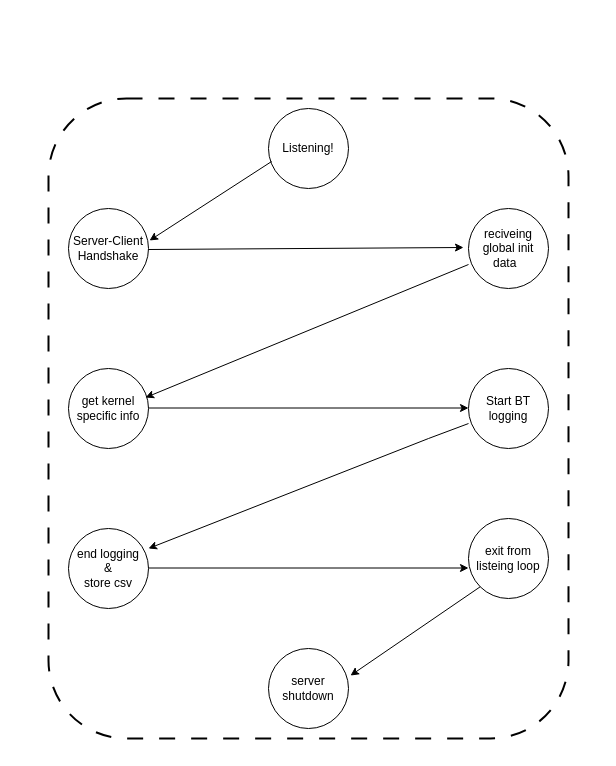
The draw.io diagram MTP_1/MTP_1_ARM_SETUP.drawio in ShikharJain97/MTP, before the edit. Source tidied: cells renumbered, new cells numbered last; positions are measured from the earlier drawing's top-left corner, leaving out a move shared by most shapes. Both pictures are drawn from the tidied source at 100%, with x=0, y=0 at pixel (48, 98).
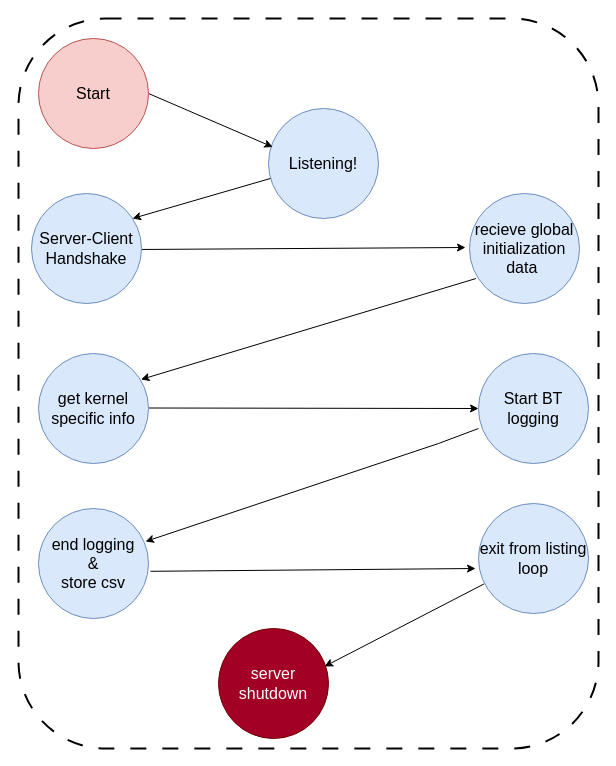
The same diagram, later.

What changed in the source:
```diff
@@
-    <mxCell id="2" value="Listening!" style="ellipse;whiteSpace=wrap;html=1;" parent="1" vertex="1">
-      <mxGeometry x="220" y="10" width="80" height="80" as="geometry" />
+    <mxCell id="2" value="&lt;font style=&quot;font-size: 16px;&quot;&gt;Listening!&lt;/font&gt;" style="ellipse;whiteSpace=wrap;html=1;fillColor=#dae8fc;strokeColor=#6c8ebf;" parent="1" vertex="1">
+      <mxGeometry x="220" y="10" width="110" height="110" as="geometry" />
     </mxCell>
-    <mxCell id="3" value="Server-Client Handshake" style="ellipse;whiteSpace=wrap;html=1;" parent="1" vertex="1">
-      <mxGeometry x="20" y="110" width="80" height="80" as="geometry" />
-    </mxCell>
-    <mxCell id="4" value="reciveing global init data&amp;nbsp;&amp;nbsp;" style="ellipse;whiteSpace=wrap;html=1;" parent="1" vertex="1">
-      <mxGeometry x="420" y="110" width="80" height="80" as="geometry" />
-    </mxCell>
-    <mxCell id="5" value="get kernel specific info" style="ellipse;whiteSpace=wrap;html=1;" parent="1" vertex="1">
-      <mxGeometry x="20" y="270" width="80" height="80" as="geometry" />
-    </mxCell>
-    <mxCell id="6" value="Start BT logging" style="ellipse;whiteSpace=wrap;html=1;" parent="1" vertex="1">
-      <mxGeometry x="420" y="270" width="80" height="80" as="geometry" />
-    </mxCell>
-    <mxCell id="7" value="end logging&lt;br&gt;&amp;amp;&lt;br&gt;store csv" style="ellipse;whiteSpace=wrap;html=1;" parent="1" vertex="1">
-      <mxGeometry x="20" y="430" width="80" height="80" as="geometry" />
-    </mxCell>
-    <mxCell id="8" value="exit from listeing loop" style="ellipse;whiteSpace=wrap;html=1;" parent="1" vertex="1">
-      <mxGeometry x="420" y="420" width="80" height="80" as="geometry" />
-    </mxCell>
-    <mxCell id="9" value="server shutdown" style="ellipse;whiteSpace=wrap;html=1;" parent="1" vertex="1">
-      <mxGeometry x="220" y="550" width="80" height="80" as="geometry" />
-    </mxCell>
-    <mxCell id="10" style="endArrow=classic;html=1;rounded=0;entryX=1.013;entryY=0.4;entryDx=0;entryDy=0;entryPerimeter=0;exitX=0.038;exitY=0.663;exitDx=0;exitDy=0;exitPerimeter=0;" parent="1" edge="1" source="2" target="3">
+    <mxCell id="10" style="endArrow=classic;html=1;rounded=0;entryX=0.038;entryY=0.35;entryDx=0;entryDy=0;entryPerimeter=0;exitX=1;exitY=0.5;exitDx=0;exitDy=0;" parent="1" edge="1" source="18" target="2">
       <mxGeometry relative="1" as="geometry" />
     </mxCell>
-    <mxCell id="11" style="endArrow=classic;html=1;rounded=0;exitX=1.025;exitY=0.65;exitDx=0;exitDy=0;exitPerimeter=0;entryX=-0.037;entryY=0.625;entryDx=0;entryDy=0;entryPerimeter=0;" parent="1" edge="1">
+    <mxCell id="11" style="endArrow=classic;html=1;rounded=0;exitX=0.973;exitY=0.509;exitDx=0;exitDy=0;exitPerimeter=0;entryX=-0.037;entryY=0.625;entryDx=0;entryDy=0;entryPerimeter=0;" parent="1" edge="1" source="3">
       <mxGeometry relative="1" as="geometry">
-        <mxPoint x="100" y="151" as="sourcePoint" />
-        <mxPoint x="415" y="149" as="targetPoint" />
+        <mxPoint x="417" y="149" as="targetPoint" />
       </mxGeometry>
     </mxCell>
-    <mxCell id="12" style="endArrow=classic;html=1;rounded=0;exitX=0;exitY=0.7;exitDx=0;exitDy=0;exitPerimeter=0;entryX=0.963;entryY=0.363;entryDx=0;entryDy=0;entryPerimeter=0;" parent="1" edge="1" source="4" target="5">
-      <mxGeometry relative="1" as="geometry" />
+    <mxCell id="12" style="endArrow=classic;html=1;rounded=0;exitX=0;exitY=0.7;exitDx=0;exitDy=0;exitPerimeter=0;entryX=0.982;entryY=0.236;entryDx=0;entryDy=0;entryPerimeter=0;" parent="1" edge="1">
+      <mxGeometry relative="1" as="geometry">
+        <mxPoint x="427.5" y="180" as="sourcePoint" />
+        <mxPoint x="92.5" y="281" as="targetPoint" />
+      </mxGeometry>
     </mxCell>
-    <mxCell id="13" style="endArrow=classic;html=1;rounded=0;entryX=0;entryY=0.75;entryDx=0;entryDy=0;entryPerimeter=0;" parent="1" edge="1">
+    <mxCell id="13" style="endArrow=classic;html=1;rounded=0;entryX=0;entryY=0.5;entryDx=0;entryDy=0;entryPerimeter=0;" parent="1" edge="1" target="6">
       <mxGeometry relative="1" as="geometry">
         <mxPoint x="100" y="309.5" as="sourcePoint" />
-        <mxPoint x="420" y="309.5" as="targetPoint" />
       </mxGeometry>
     </mxCell>
-    <mxCell id="14" style="endArrow=classic;html=1;rounded=0;entryX=1;entryY=0.25;entryDx=0;entryDy=0;exitX=0;exitY=0.688;exitDx=0;exitDy=0;entryPerimeter=0;exitPerimeter=0;" parent="1" edge="1" source="6" target="7">
+    <mxCell id="14" style="endArrow=classic;html=1;rounded=0;entryX=0.963;entryY=0.163;entryDx=0;entryDy=0;exitX=0;exitY=0.688;exitDx=0;exitDy=0;entryPerimeter=0;exitPerimeter=0;" parent="1" edge="1">
       <mxGeometry relative="1" as="geometry">
+        <mxPoint x="430" y="330" as="sourcePoint" />
+        <mxPoint x="97" y="443" as="targetPoint" />
         <Array as="points">
-          <mxPoint x="380" y="340" />
+          <mxPoint x="390" y="345" />
         </Array>
       </mxGeometry>
     </mxCell>
-    <mxCell id="15" style="endArrow=classic;html=1;rounded=0;entryX=0;entryY=0.75;entryDx=0;entryDy=0;entryPerimeter=0;" parent="1" edge="1">
+    <mxCell id="15" style="endArrow=classic;html=1;rounded=0;entryX=-0.027;entryY=0.591;entryDx=0;entryDy=0;entryPerimeter=0;" parent="1" edge="1" target="21">
       <mxGeometry relative="1" as="geometry">
-        <mxPoint x="100" y="469.5" as="sourcePoint" />
-        <mxPoint x="420" y="469.5" as="targetPoint" />
+        <mxPoint x="102" y="472.8" as="sourcePoint" />
       </mxGeometry>
     </mxCell>
+    <mxCell id="17" style="whiteSpace=wrap;html=1;fillColor=none;dashed=1;dashPattern=8 8;rounded=1;strokeWidth=2;fontStyle=0;fontColor=#0000FF;" parent="1" vertex="1">
+      <mxGeometry x="-30" y="-80" width="580" height="730" as="geometry" />
+    </mxCell>
-    <mxCell id="16" style="endArrow=classic;html=1;rounded=0;entryX=1.025;entryY=0.338;entryDx=0;entryDy=0;entryPerimeter=0;exitX=0;exitY=1;exitDx=0;exitDy=0;" parent="1" edge="1" source="8" target="9">
+    <mxCell id="16" style="endArrow=classic;html=1;rounded=0;entryX=0.964;entryY=0.345;entryDx=0;entryDy=0;entryPerimeter=0;" parent="1" edge="1" source="21" target="9">
       <mxGeometry relative="1" as="geometry" />
     </mxCell>
-    <mxCell id="17" style="whiteSpace=wrap;html=1;fillColor=none;dashed=1;dashPattern=8 8;rounded=1;strokeWidth=2;" parent="1" vertex="1">
-      <mxGeometry width="520" height="640" as="geometry" />
-    </mxCell>
+    <mxCell id="18" value="&lt;font style=&quot;font-size: 16px;&quot;&gt;Start&lt;/font&gt;" style="ellipse;whiteSpace=wrap;html=1;fillColor=#f8cecc;strokeColor=#b85450;" parent="1" vertex="1">
+      <mxGeometry x="-10" y="-60" width="110" height="110" as="geometry" />
+    </mxCell>
+    <mxCell id="19" style="endArrow=classic;html=1;rounded=0;entryX=0.927;entryY=0.227;entryDx=0;entryDy=0;entryPerimeter=0;exitX=0.018;exitY=0.636;exitDx=0;exitDy=0;exitPerimeter=0;" parent="1" edge="1" source="2">
+      <mxGeometry relative="1" as="geometry">
+        <mxPoint x="84" y="120" as="targetPoint" />
+      </mxGeometry>
+    </mxCell>
+    <mxCell id="3" value="&lt;font style=&quot;font-size: 16px;&quot;&gt;Server-Client Handshake&lt;/font&gt;" style="ellipse;whiteSpace=wrap;html=1;fillColor=#dae8fc;strokeColor=#6c8ebf;" parent="1" vertex="1">
+      <mxGeometry x="-17" y="95" width="110" height="110" as="geometry" />
+    </mxCell>
+    <mxCell id="20" value="&lt;font style=&quot;font-size: 16px;&quot;&gt;recieve global initialization data&amp;nbsp;&lt;/font&gt;" style="ellipse;whiteSpace=wrap;html=1;fillColor=#dae8fc;strokeColor=#6c8ebf;" parent="1" vertex="1">
+      <mxGeometry x="421" y="95" width="110" height="110" as="geometry" />
+    </mxCell>
+    <mxCell id="5" value="&lt;font style=&quot;font-size: 16px;&quot;&gt;get kernel specific info&lt;/font&gt;" style="ellipse;whiteSpace=wrap;html=1;fillColor=#dae8fc;strokeColor=#6c8ebf;" parent="1" vertex="1">
+      <mxGeometry x="-10" y="255" width="110" height="110" as="geometry" />
+    </mxCell>
+    <mxCell id="6" value="&lt;font style=&quot;font-size: 16px;&quot;&gt;Start BT logging&lt;/font&gt;" style="ellipse;whiteSpace=wrap;html=1;fillColor=#dae8fc;strokeColor=#6c8ebf;" parent="1" vertex="1">
+      <mxGeometry x="430" y="255" width="110" height="110" as="geometry" />
+    </mxCell>
+    <mxCell id="7" value="&lt;font style=&quot;font-size: 16px;&quot;&gt;end logging&lt;br style=&quot;border-color: var(--border-color);&quot;&gt;&amp;amp;&lt;br style=&quot;border-color: var(--border-color);&quot;&gt;store csv&lt;/font&gt;" style="ellipse;whiteSpace=wrap;html=1;fillColor=#dae8fc;strokeColor=#6c8ebf;" parent="1" vertex="1">
+      <mxGeometry x="-10" y="410" width="110" height="110" as="geometry" />
+    </mxCell>
+    <mxCell id="21" value="&lt;font style=&quot;font-size: 16px;&quot;&gt;exit from listing loop&lt;/font&gt;" style="ellipse;whiteSpace=wrap;html=1;fillColor=#dae8fc;strokeColor=#6c8ebf;" parent="1" vertex="1">
+      <mxGeometry x="430" y="405" width="110" height="110" as="geometry" />
+    </mxCell>
+    <mxCell id="9" value="&lt;font style=&quot;font-size: 16px;&quot;&gt;server shutdown&lt;/font&gt;" style="ellipse;whiteSpace=wrap;html=1;fillColor=#a20025;strokeColor=#6F0000;fontColor=#ffffff;" parent="1" vertex="1">
+      <mxGeometry x="170" y="530" width="110" height="110" as="geometry" />
+    </mxCell>
```
